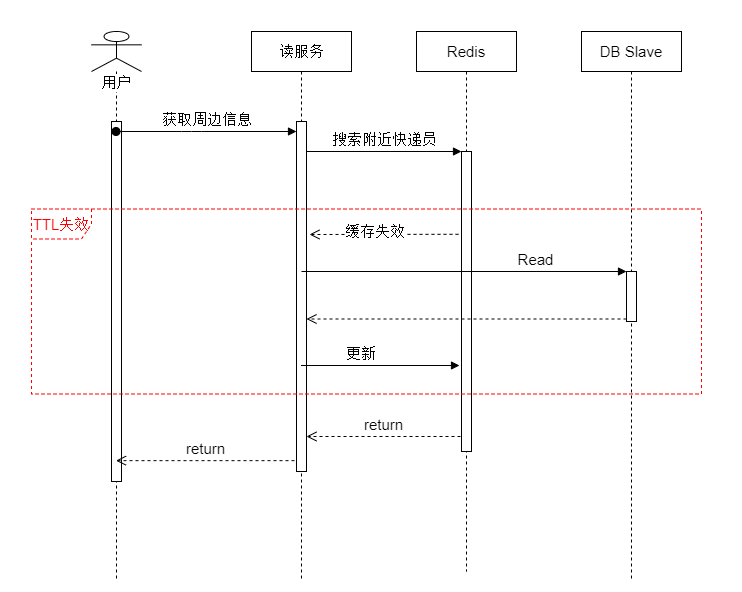
Before: final/img/user.drawio.png, a diagram exported from draw.io (an-Onion/architect-camp). Source tidied: cells renumbered, new cells last; positions are measured from the earlier drawing's top-left corner, leaving out a move shared by most shapes.
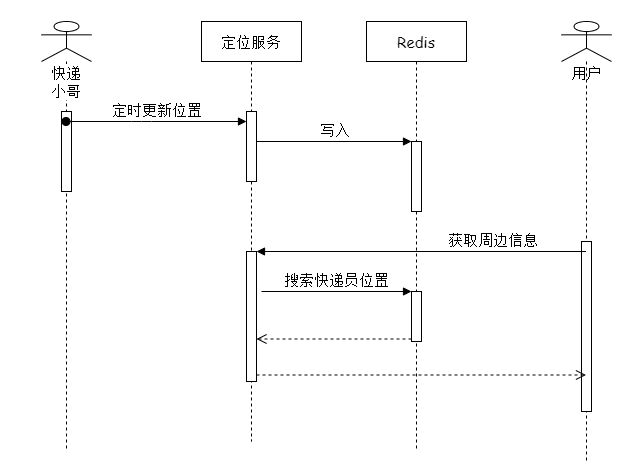
The same file after the commit.

The edit, as a diff of the source:
```diff
@@ -2,72 +2,64 @@
   <root>
     <mxCell id="0" />
     <mxCell id="1" parent="0" />
-    <mxCell id="2" style="rounded=0;whiteSpace=wrap;html=1;strokeColor=none;strokeWidth=2;fontSize=15;" parent="1" vertex="1">
-      <mxGeometry width="740" height="590" as="geometry" />
+    <mxCell id="2" style="rounded=0;whiteSpace=wrap;html=1;strokeColor=none;strokeWidth=2;fontSize=15;fontFamily=Comic Sans MS;" parent="1" vertex="1">
+      <mxGeometry x="50" y="10" width="630" height="470" as="geometry" />
     </mxCell>
-    <mxCell id="3" value="用户" style="shape=umlLifeline;participant=umlActor;perimeter=lifelinePerimeter;whiteSpace=wrap;html=1;verticalAlign=top;spacingTop=36;labelBackgroundColor=#ffffff;outlineConnect=0;fontSize=15;" parent="1" vertex="1">
-      <mxGeometry x="90" y="30" width="50" height="550" as="geometry" />
+    <mxCell id="3" value="快递&lt;br style=&quot;font-size: 15px;&quot;&gt;小哥" style="shape=umlLifeline;participant=umlActor;perimeter=lifelinePerimeter;whiteSpace=wrap;html=1;verticalAlign=top;spacingTop=36;labelBackgroundColor=#ffffff;outlineConnect=0;fontSize=15;fontFamily=Comic Sans MS;" parent="1" vertex="1">
+      <mxGeometry x="90" y="30" width="50" height="430" as="geometry" />
     </mxCell>
-    <mxCell id="4" style="html=1;perimeter=orthogonalPerimeter;fontSize=15;" parent="3" vertex="1">
-      <mxGeometry x="20" y="90" width="10" height="360" as="geometry" />
+    <mxCell id="4" style="html=1;perimeter=orthogonalPerimeter;fontSize=15;fontFamily=Comic Sans MS;" parent="3" vertex="1">
+      <mxGeometry x="20" y="90" width="10" height="80" as="geometry" />
     </mxCell>
-    <mxCell id="5" value="读服务" style="shape=umlLifeline;perimeter=lifelinePerimeter;whiteSpace=wrap;html=1;outlineConnect=0;fontSize=15;" parent="1" vertex="1">
-      <mxGeometry x="250" y="30" width="100" height="550" as="geometry" />
+    <mxCell id="5" value="定位服务" style="shape=umlLifeline;perimeter=lifelinePerimeter;whiteSpace=wrap;html=1;outlineConnect=0;fontSize=15;fontFamily=Comic Sans MS;" parent="1" vertex="1">
+      <mxGeometry x="250" y="30" width="100" height="420" as="geometry" />
     </mxCell>
-    <mxCell id="6" style="html=1;points=[];perimeter=orthogonalPerimeter;fontSize=15;" parent="5" vertex="1">
-      <mxGeometry x="45" y="90" width="10" height="350" as="geometry" />
+    <mxCell id="6" style="html=1;points=[];perimeter=orthogonalPerimeter;fontSize=15;fontFamily=Comic Sans MS;" parent="5" vertex="1">
+      <mxGeometry x="45" y="90" width="10" height="70" as="geometry" />
     </mxCell>
+    <mxCell id="21" style="html=1;points=[];perimeter=orthogonalPerimeter;fontFamily=Comic Sans MS;fontSize=15;" parent="5" vertex="1">
+      <mxGeometry x="45" y="230" width="10" height="130" as="geometry" />
+    </mxCell>
-    <mxCell id="7" value="获取周边信息" style="html=1;verticalAlign=bottom;startArrow=oval;endArrow=block;startSize=8;fontSize=15;" parent="1" edge="1" source="3" target="6">
+    <mxCell id="7" value="定时更新位置" style="html=1;verticalAlign=bottom;startArrow=oval;endArrow=block;startSize=8;fontSize=15;fontFamily=Comic Sans MS;" parent="1" edge="1" source="3" target="6">
       <mxGeometry relative="1" as="geometry">
         <Array as="points">
           <mxPoint x="190" y="130" />
         </Array>
       </mxGeometry>
     </mxCell>
-    <mxCell id="8" value="Redis" style="shape=umlLifeline;perimeter=lifelinePerimeter;whiteSpace=wrap;html=1;fontSize=15;" parent="1" vertex="1">
-      <mxGeometry x="415" y="30" width="100" height="540" as="geometry" />
+    <mxCell id="8" value="Redis" style="shape=umlLifeline;perimeter=lifelinePerimeter;whiteSpace=wrap;html=1;fontSize=15;fontFamily=Comic Sans MS;" parent="1" vertex="1">
+      <mxGeometry x="415" y="30" width="100" height="430" as="geometry" />
     </mxCell>
-    <mxCell id="9" style="html=1;points=[];perimeter=orthogonalPerimeter;fontSize=15;" parent="8" vertex="1">
-      <mxGeometry x="45" y="120" width="10" height="300" as="geometry" />
+    <mxCell id="9" style="html=1;points=[];perimeter=orthogonalPerimeter;fontSize=15;fontFamily=Comic Sans MS;" parent="8" vertex="1">
+      <mxGeometry x="45" y="120" width="10" height="70" as="geometry" />
     </mxCell>
+    <mxCell id="22" style="html=1;points=[];perimeter=orthogonalPerimeter;fontFamily=Comic Sans MS;fontSize=15;" parent="8" vertex="1">
+      <mxGeometry x="45" y="270" width="10" height="50" as="geometry" />
+    </mxCell>
-    <mxCell id="10" value="搜索附近快递员" style="html=1;verticalAlign=bottom;endArrow=block;entryX=0;entryY=0;fontSize=15;" parent="1" edge="1" source="6" target="9">
+    <mxCell id="10" value="写入" style="html=1;verticalAlign=bottom;endArrow=block;entryX=0;entryY=0;fontSize=15;fontFamily=Comic Sans MS;" parent="1" edge="1" source="6" target="9">
       <mxGeometry relative="1" as="geometry" />
     </mxCell>
-    <mxCell id="11" style="html=1;verticalAlign=bottom;endArrow=open;dashed=1;endSize=8;exitX=-0.3;exitY=0.276;fontSize=15;exitDx=0;exitDy=0;exitPerimeter=0;" parent="1" edge="1" source="9">
-      <mxGeometry relative="1" as="geometry">
-        <mxPoint x="308" y="233" as="targetPoint" />
-      </mxGeometry>
-    </mxCell>
-    <mxCell id="12" value="缓存失效" style="edgeLabel;html=1;align=center;verticalAlign=middle;fontSize=15;" parent="11" vertex="1">
-      <mxGeometry x="0.13" y="-3" relative="1" as="geometry" />
-    </mxCell>
-    <mxCell id="13" value="DB&amp;nbsp;Slave" style="shape=umlLifeline;perimeter=lifelinePerimeter;whiteSpace=wrap;html=1;fontSize=15;" parent="1" vertex="1">
-      <mxGeometry x="580" y="30" width="100" height="550" as="geometry" />
-    </mxCell>
-    <mxCell id="14" style="html=1;points=[];perimeter=orthogonalPerimeter;fontSize=15;" parent="13" vertex="1">
-      <mxGeometry x="45" y="240" width="10" height="50" as="geometry" />
-    </mxCell>
-    <mxCell id="15" value="更新" style="html=1;verticalAlign=bottom;endArrow=block;fontSize=15;" parent="1" edge="1" source="5">
-      <mxGeometry x="-0.25" relative="1" as="geometry">
-        <mxPoint x="458" y="364" as="targetPoint" />
-      </mxGeometry>
-    </mxCell>
-    <mxCell id="16" value="Read" style="html=1;verticalAlign=bottom;endArrow=block;entryX=0;entryY=0;fontSize=15;" parent="1" edge="1" target="14">
-      <mxGeometry x="0.44" relative="1" as="geometry">
-        <mxPoint x="300" y="270" as="sourcePoint" />
-      </mxGeometry>
-    </mxCell>
-    <mxCell id="17" style="html=1;verticalAlign=bottom;endArrow=open;dashed=1;endSize=8;exitX=0;exitY=0.95;fontSize=15;" parent="1" edge="1" source="14" target="6">
-      <mxGeometry relative="1" as="geometry" />
-    </mxCell>
-    <mxCell id="18" value="return" style="html=1;verticalAlign=bottom;endArrow=open;dashed=1;endSize=8;fontSize=15;exitX=-0.1;exitY=0.95;exitDx=0;exitDy=0;exitPerimeter=0;" parent="1" edge="1" source="9" target="6">
-      <mxGeometry relative="1" as="geometry" />
-    </mxCell>
-    <mxCell id="19" value="return" style="html=1;verticalAlign=bottom;endArrow=open;dashed=1;endSize=8;fontSize=15;exitX=-0.2;exitY=0.969;exitDx=0;exitDy=0;exitPerimeter=0;" parent="1" edge="1" source="6" target="3">
-      <mxGeometry relative="1" as="geometry" />
-    </mxCell>
-    <mxCell id="20" value="&lt;font color=&quot;#ff0000&quot;&gt;TTL失效&lt;/font&gt;" style="shape=umlFrame;whiteSpace=wrap;html=1;fontSize=15;strokeWidth=1;strokeColor=#FF0000;dashed=1;" parent="1" vertex="1">
-      <mxGeometry x="30" y="207.5" width="670" height="185" as="geometry" />
-    </mxCell>
+    <mxCell id="23" value="用户" style="shape=umlLifeline;participant=umlActor;perimeter=lifelinePerimeter;whiteSpace=wrap;html=1;verticalAlign=top;spacingTop=36;outlineConnect=0;fontFamily=Comic Sans MS;fontSize=15;" parent="1" vertex="1">
+      <mxGeometry x="610" y="30" width="50" height="440" as="geometry" />
+    </mxCell>
+    <mxCell id="24" style="html=1;perimeter=orthogonalPerimeter;fontFamily=Comic Sans MS;fontSize=15;" parent="23" vertex="1">
+      <mxGeometry x="20" y="220" width="10" height="170" as="geometry" />
+    </mxCell>
+    <mxCell id="25" value="获取周边信息" style="html=1;verticalAlign=bottom;endArrow=block;entryX=1;entryY=0;fontFamily=Comic Sans MS;fontSize=15;" parent="1" edge="1" source="23" target="21">
+      <mxGeometry x="-0.43" relative="1" as="geometry">
+        <mxPoint x="1" as="offset" />
+      </mxGeometry>
+    </mxCell>
+    <mxCell id="26" style="html=1;verticalAlign=bottom;endArrow=open;dashed=1;endSize=8;exitX=1;exitY=0.95;fontFamily=Comic Sans MS;fontSize=15;" parent="1" edge="1" source="21" target="23">
+      <mxGeometry relative="1" as="geometry" />
+    </mxCell>
+    <mxCell id="27" style="html=1;verticalAlign=bottom;endArrow=open;dashed=1;endSize=8;exitX=0;exitY=0.95;fontFamily=Comic Sans MS;fontSize=15;" parent="1" edge="1" source="22" target="21">
+      <mxGeometry relative="1" as="geometry" />
+    </mxCell>
+    <mxCell id="28" value="搜索快递员位置" style="html=1;verticalAlign=bottom;endArrow=block;entryX=0;entryY=0;fontFamily=Comic Sans MS;fontSize=15;" parent="1" edge="1" target="22">
+      <mxGeometry relative="1" as="geometry">
+        <mxPoint x="310" y="300" as="sourcePoint" />
+      </mxGeometry>
+    </mxCell>
   </root>
 </mxGraphModel>
```
